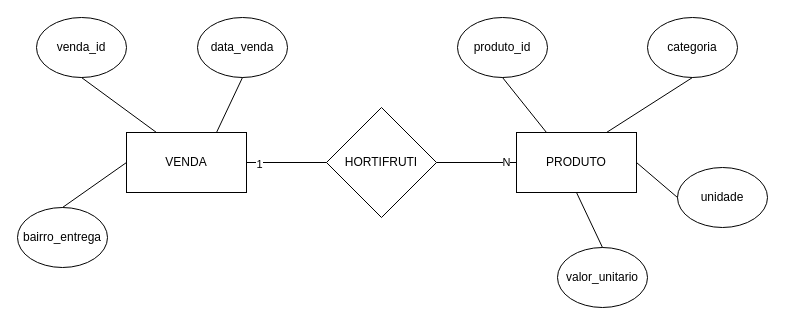
Gust-AS/BD keeps this draw.io diagram as Pratica01/hortifruti.drawio. Above is the earlier version. Source tidied: cells renumbered, new cells numbered last; positions are measured from the earlier drawing's top-left corner, leaving out a move shared by most shapes. Both pictures are drawn from the tidied source at 100%, with x=0, y=0 at pixel (17, 17).
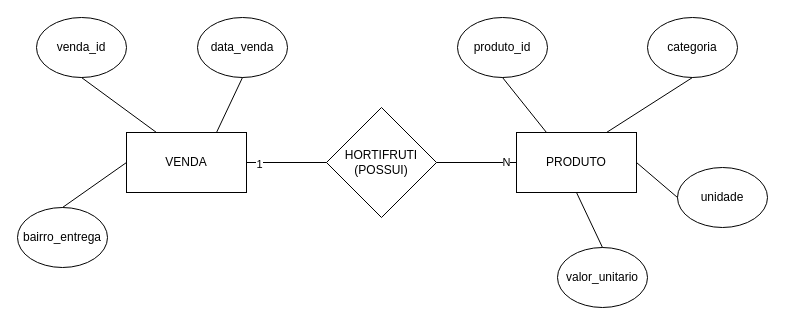
After the change.

Commit message (it also covers changes not shown here):
ajustes na pratica

Diff of the diagram source:
```diff
@@
-    <mxCell id="3" value="HORTIFRUTI" style="rhombus;whiteSpace=wrap;html=1;" parent="1" vertex="1">
+    <mxCell id="3" value="HORTIFRUTI&lt;div&gt;(POSSUI)&lt;/div&gt;" style="rhombus;whiteSpace=wrap;html=1;" parent="1" vertex="1">
       <mxGeometry x="309" y="90" width="110" height="110" as="geometry" />
     </mxCell>
```
